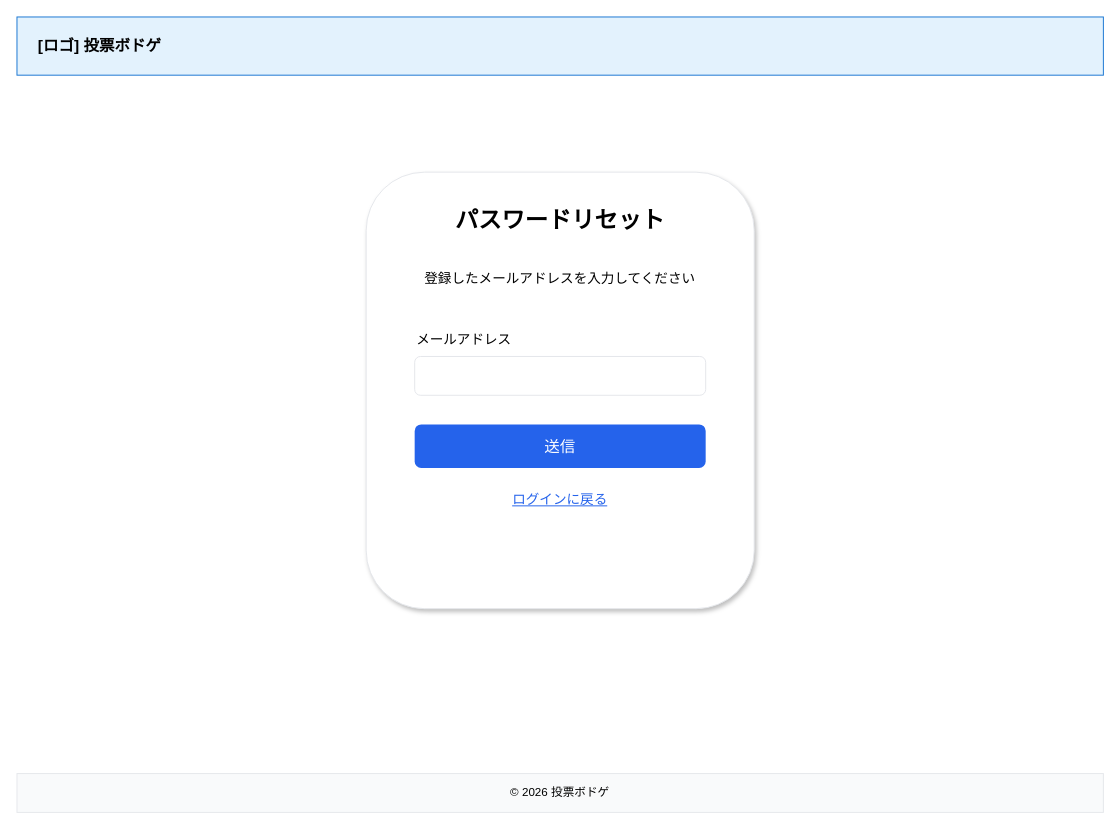
The draw.io diagram docs/wireframes/04-password-reset.drawio in satoshi256kbyte/vote-board-game, before the edit. Source tidied: cells renumbered, new cells numbered last; positions are measured from the earlier drawing's top-left corner, leaving out a move shared by most shapes. Both pictures are drawn from the tidied source at 97%, with x=0, y=0 at pixel (16, 16).
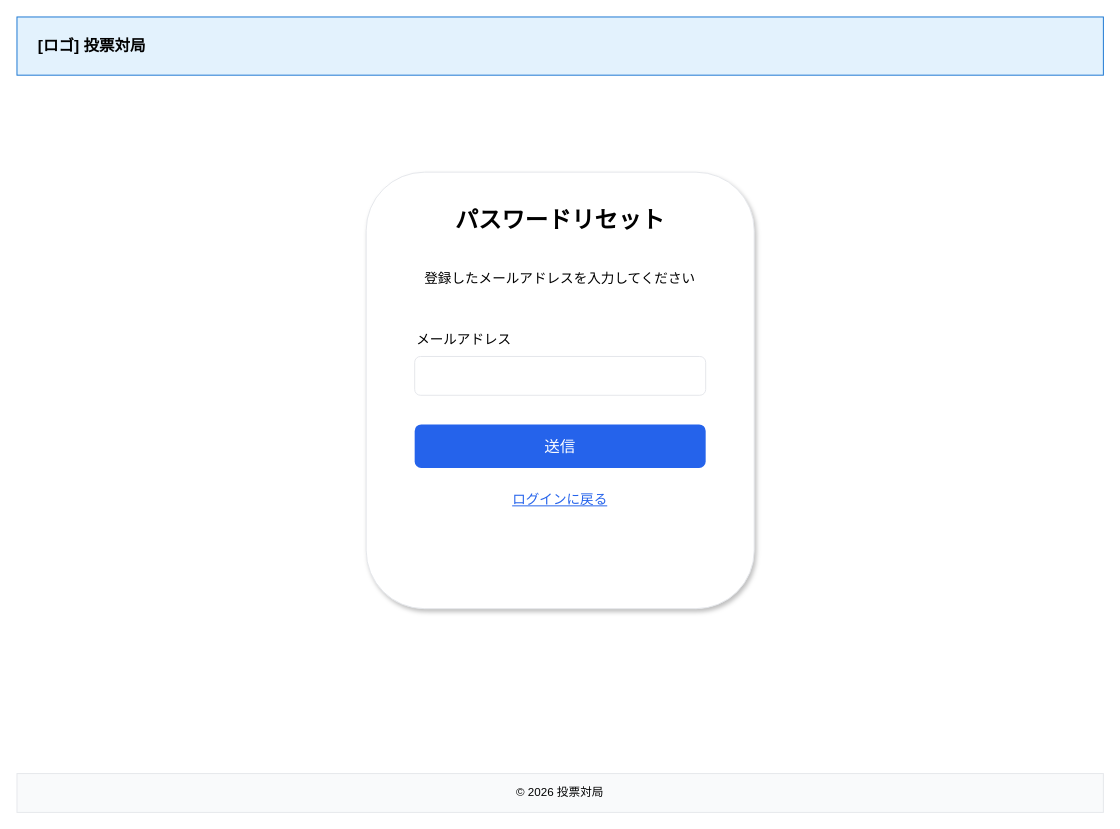
Above is the later version.

Diff of the diagram source:
```diff
@@
 <mxGraphModel>
   <root>
     <mxCell id="0" />
     <mxCell id="1" parent="0" />
     <mxCell id="2" style="rounded=0;whiteSpace=wrap;html=1;fillColor=#e3f2fd;strokeColor=#1976d2;" parent="1" vertex="1">
       <mxGeometry width="1120" height="60" as="geometry" />
     </mxCell>
-    <mxCell id="3" value="[ロゴ] 投票ボドゲ" style="text;html=1;strokeColor=none;fillColor=none;align=left;verticalAlign=middle;whiteSpace=wrap;rounded=0;fontSize=16;fontStyle=1;" parent="1" vertex="1">
+    <mxCell id="3" value="[ロゴ] 投票対局" style="text;html=1;strokeColor=none;fillColor=none;align=left;verticalAlign=middle;whiteSpace=wrap;rounded=0;fontSize=16;fontStyle=1;" parent="1" vertex="1">
       <mxGeometry x="20" y="15" width="200" height="30" as="geometry" />
     </mxCell>
     <mxCell id="4" style="rounded=1;whiteSpace=wrap;html=1;fillColor=#ffffff;strokeColor=#e5e7eb;shadow=1;align=center;verticalAlign=top;" parent="1" vertex="1">
       <mxGeometry x="360" y="160" width="400" height="450" as="geometry" />
     </mxCell>
     <mxCell id="5" value="パスワードリセット" style="text;html=1;strokeColor=none;fillColor=none;align=center;verticalAlign=middle;whiteSpace=wrap;rounded=0;fontSize=24;fontStyle=1;" parent="1" vertex="1">
       <mxGeometry x="410" y="190" width="300" height="40" as="geometry" />
     </mxCell>
     <mxCell id="6" value="登録したメールアドレスを入力してください" style="text;html=1;strokeColor=none;fillColor=none;align=center;verticalAlign=middle;whiteSpace=wrap;rounded=0;fontSize=14;" parent="1" vertex="1">
       <mxGeometry x="410" y="250" width="300" height="40" as="geometry" />
     </mxCell>
     <mxCell id="7" value="メールアドレス" style="text;html=1;strokeColor=none;fillColor=none;align=left;verticalAlign=middle;whiteSpace=wrap;rounded=0;fontSize=14;" parent="1" vertex="1">
       <mxGeometry x="410" y="320" width="300" height="25" as="geometry" />
     </mxCell>
     <mxCell id="8" style="rounded=1;whiteSpace=wrap;html=1;fillColor=#ffffff;strokeColor=#e5e7eb;" parent="1" vertex="1">
       <mxGeometry x="410" y="350" width="300" height="40" as="geometry" />
     </mxCell>
     <mxCell id="9" value="送信" style="rounded=1;whiteSpace=wrap;html=1;fillColor=#2563eb;strokeColor=none;fontColor=#ffffff;fontSize=16;" parent="1" vertex="1">
       <mxGeometry x="410" y="420" width="300" height="45" as="geometry" />
     </mxCell>
     <mxCell id="10" value="ログインに戻る" style="text;html=1;strokeColor=none;fillColor=none;align=center;verticalAlign=middle;whiteSpace=wrap;rounded=0;fontSize=14;fontColor=#2563eb;fontStyle=4;" parent="1" vertex="1">
       <mxGeometry x="410" y="485" width="300" height="25" as="geometry" />
     </mxCell>
-    <mxCell id="11" value="© 2026 投票ボドゲ" style="rounded=0;whiteSpace=wrap;html=1;fillColor=#f9fafb;strokeColor=#e5e7eb;align=center;" parent="1" vertex="1">
+    <mxCell id="11" value="© 2026 投票対局" style="rounded=0;whiteSpace=wrap;html=1;fillColor=#f9fafb;strokeColor=#e5e7eb;align=center;" parent="1" vertex="1">
       <mxGeometry y="780" width="1120" height="40" as="geometry" />
     </mxCell>
   </root>
 </mxGraphModel>
```
